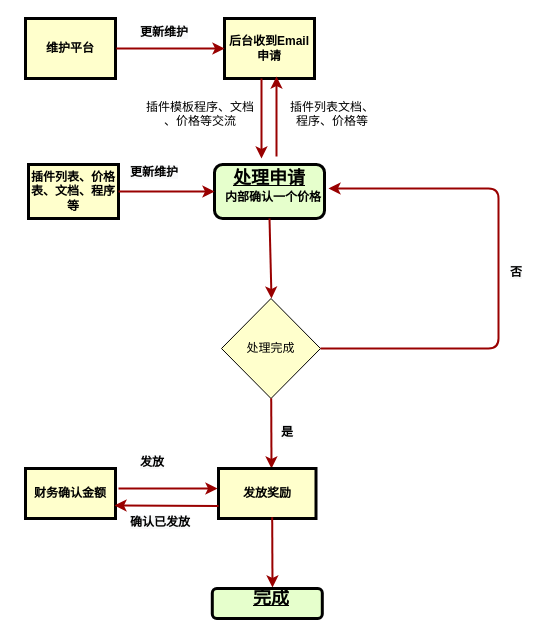
Above: 内部流程图.drawio in oneroy/Mind-Map (draw.io), before the change. Source tidied: cells renumbered, new cells numbered last; positions are measured from the earlier drawing's top-left corner, leaving out a move shared by most shapes. Both pictures are drawn from the tidied source at 100%, with x=0, y=0 at pixel (25, 18).
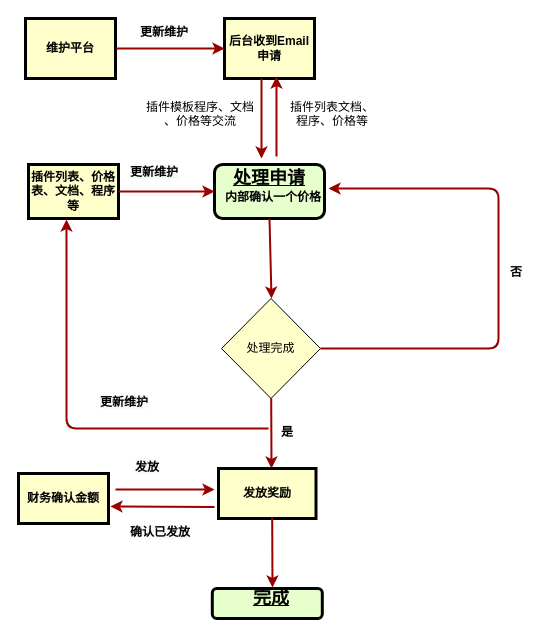
The same diagram, later.

Commit message:
Update 内部流程图.drawio

Unchanged cells that the change refers to:
```xml
<mxCell id="5" value="插件列表、价格表、文档、程序等" style="whiteSpace=wrap;align=center;verticalAlign=middle;fontStyle=1;strokeWidth=3;fillColor=#FFFFCC;" parent="1" vertex="1">
  <mxGeometry x="3" y="146" width="90" height="54" as="geometry" />
</mxCell>
<mxCell id="12" value="发放奖励" style="whiteSpace=wrap;align=center;verticalAlign=middle;fontStyle=1;strokeWidth=3;fillColor=#FFFFCC;" parent="1" vertex="1">
  <mxGeometry x="193" y="450" width="97.5" height="50" as="geometry" />
</mxCell>
```

Diff of the diagram source:
```diff
@@
     <mxCell id="16" value="财务确认金额" style="whiteSpace=wrap;align=center;verticalAlign=middle;fontStyle=1;strokeWidth=3;fillColor=#FFFFCC;" parent="1" vertex="1">
-      <mxGeometry y="450" width="90" height="50" as="geometry" />
+      <mxGeometry x="-7" y="455" width="90" height="50" as="geometry" />
     </mxCell>
     <mxCell id="17" style="edgeStyle=none;noEdgeStyle=1;strokeColor=#990000;strokeWidth=2;" parent="1" edge="1">
       <mxGeometry relative="1" as="geometry">
-        <mxPoint x="93" y="470" as="sourcePoint" />
-        <mxPoint x="192" y="470" as="targetPoint" />
+        <mxPoint x="90" y="471" as="sourcePoint" />
+        <mxPoint x="189" y="471" as="targetPoint" />
       </mxGeometry>
     </mxCell>
     <mxCell id="18" value="&lt;span style=&quot;color: rgb(0 , 0 , 0) ; font-family: &amp;#34;helvetica&amp;#34; ; font-size: 12px ; font-style: normal ; font-weight: 700 ; letter-spacing: normal ; text-align: center ; text-indent: 0px ; text-transform: none ; word-spacing: 0px ; background-color: rgb(248 , 249 , 250) ; display: inline ; float: none&quot;&gt;发放&lt;/span&gt;" style="text;whiteSpace=wrap;html=1;" parent="1" vertex="1">
-      <mxGeometry x="113" y="430" width="70" height="30" as="geometry" />
+      <mxGeometry x="108" y="435" width="60" height="20" as="geometry" />
     </mxCell>
-    <mxCell id="19" style="edgeStyle=none;noEdgeStyle=1;strokeColor=#990000;strokeWidth=2;exitX=0;exitY=0.75;exitDx=0;exitDy=0;" parent="1" edge="1" source="12">
+    <mxCell id="19" style="edgeStyle=none;noEdgeStyle=1;strokeColor=#990000;strokeWidth=2;exitX=0;exitY=0.75;exitDx=0;exitDy=0;" parent="1" edge="1">
       <mxGeometry relative="1" as="geometry">
-        <mxPoint x="89" y="487" as="targetPoint" />
+        <mxPoint x="189" y="488.5" as="sourcePoint" />
+        <mxPoint x="85" y="488" as="targetPoint" />
       </mxGeometry>
     </mxCell>
     <mxCell id="20" value="&lt;span style=&quot;color: rgb(0 , 0 , 0) ; font-family: &amp;#34;helvetica&amp;#34; ; font-size: 12px ; font-style: normal ; font-weight: 700 ; letter-spacing: normal ; text-align: center ; text-indent: 0px ; text-transform: none ; word-spacing: 0px ; background-color: rgb(248 , 249 , 250) ; display: inline ; float: none&quot;&gt;确认已发放&lt;/span&gt;" style="text;whiteSpace=wrap;html=1;" parent="1" vertex="1">
-      <mxGeometry x="103" y="490" width="70" height="30" as="geometry" />
+      <mxGeometry x="103" y="500" width="70" height="30" as="geometry" />
     </mxCell>
@@
+    <mxCell id="28" style="edgeStyle=none;noEdgeStyle=1;strokeColor=#990000;strokeWidth=2;entryX=0.422;entryY=1.019;entryDx=0;entryDy=0;entryPerimeter=0;" parent="1" edge="1" target="5">
+      <mxGeometry relative="1" as="geometry">
+        <mxPoint x="243" y="410" as="sourcePoint" />
+        <Array as="points">
+          <mxPoint x="233" y="410" />
+          <mxPoint x="41" y="410" />
+        </Array>
+      </mxGeometry>
+    </mxCell>
+    <mxCell id="29" value="&lt;span style=&quot;color: rgb(0, 0, 0); font-family: helvetica; font-size: 12px; font-style: normal; font-weight: 700; letter-spacing: normal; text-align: center; text-indent: 0px; text-transform: none; word-spacing: 0px; background-color: rgb(248, 249, 250); display: inline; float: none;&quot;&gt;更新维护&lt;/span&gt;" style="text;whiteSpace=wrap;html=1;" parent="1" vertex="1">
+      <mxGeometry x="73" y="370" width="70" height="30" as="geometry" />
+    </mxCell>
```
